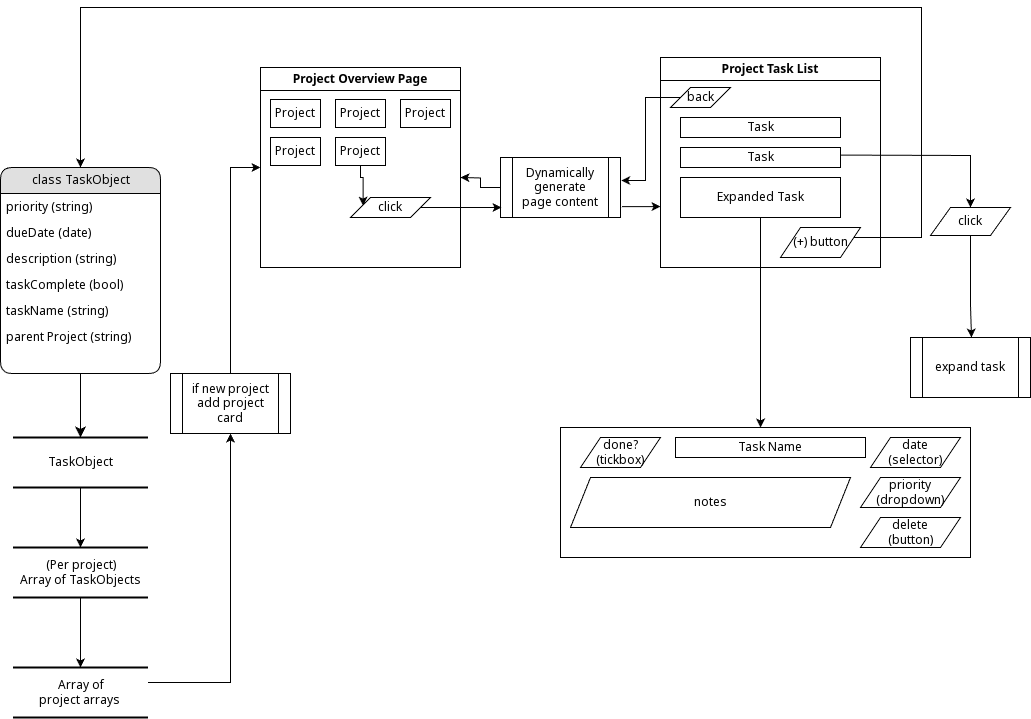
This is flowchart.drawio.png from sykul/Todo-List, a draw.io export, as it was before one commit. Source tidied: cells renumbered, new cells last; positions are measured from the earlier drawing's top-left corner, leaving out a move shared by most shapes. Source of this version:
```xml
<mxGraphModel background="#ffffff">
  <root>
    <mxCell id="0" />
    <mxCell id="1" parent="0" />
    <mxCell id="2" style="edgeStyle=orthogonalEdgeStyle;rounded=0;jettySize=auto;html=1;" parent="1" edge="1" source="4" target="13">
      <mxGeometry relative="1" as="geometry" />
    </mxCell>
    <mxCell id="3" style="edgeStyle=orthogonalEdgeStyle;rounded=0;jettySize=auto;html=1;entryX=0.5;entryY=1;entryDx=0;entryDy=0;" parent="1" edge="1" source="32" target="30">
      <mxGeometry relative="1" as="geometry">
        <Array as="points">
          <mxPoint x="230" y="675" />
        </Array>
      </mxGeometry>
    </mxCell>
    <mxCell id="4" value="TaskObject" style="html=1;rounded=0;shadow=0;comic=0;labelBackgroundColor=none;strokeWidth=2;fontFamily=Verdana;fontSize=12;align=center;shape=mxgraph.ios7ui.horLines;" parent="1" vertex="1">
      <mxGeometry x="12.5" y="430" width="135" height="50" as="geometry" />
    </mxCell>
    <mxCell id="5" value="class TaskObject" style="swimlane;html=1;fontStyle=0;horizontal=1;startSize=26;fillColor=#e0e0e0;swimlaneFillColor=#ffffff;align=center;rounded=1;shadow=0;comic=0;labelBackgroundColor=none;strokeWidth=1;fontFamily=Verdana;fontSize=12;" parent="1" vertex="1">
      <mxGeometry y="160" width="160" height="206" as="geometry" />
    </mxCell>
    <mxCell id="6" value="priority (string)" style="text;html=1;strokeColor=none;fillColor=none;spacingLeft=4;spacingRight=4;whiteSpace=wrap;overflow=hidden;" parent="5" vertex="1">
      <mxGeometry y="26" width="160" height="26" as="geometry" />
    </mxCell>
    <mxCell id="7" value="dueDate (date)" style="text;html=1;strokeColor=none;fillColor=none;spacingLeft=4;spacingRight=4;whiteSpace=wrap;overflow=hidden;" parent="5" vertex="1">
      <mxGeometry y="52" width="160" height="26" as="geometry" />
    </mxCell>
    <mxCell id="8" value="description (string)" style="text;html=1;strokeColor=none;fillColor=none;spacingLeft=4;spacingRight=4;whiteSpace=wrap;overflow=hidden;" parent="5" vertex="1">
      <mxGeometry y="78" width="160" height="26" as="geometry" />
    </mxCell>
    <mxCell id="9" value="taskComplete (bool)" style="text;html=1;strokeColor=none;fillColor=none;spacingLeft=4;spacingRight=4;whiteSpace=wrap;overflow=hidden;" parent="5" vertex="1">
      <mxGeometry y="104" width="160" height="26" as="geometry" />
    </mxCell>
    <mxCell id="10" value="taskName (string)" style="text;html=1;strokeColor=none;fillColor=none;spacingLeft=4;spacingRight=4;whiteSpace=wrap;overflow=hidden;" parent="5" vertex="1">
      <mxGeometry y="130" width="160" height="26" as="geometry" />
    </mxCell>
    <mxCell id="11" value="parent Project (string)" style="text;html=1;strokeColor=none;fillColor=none;spacingLeft=4;spacingRight=4;whiteSpace=wrap;overflow=hidden;" parent="5" vertex="1">
      <mxGeometry y="156" width="160" height="26" as="geometry" />
    </mxCell>
    <mxCell id="12" style="edgeStyle=orthogonalEdgeStyle;rounded=0;jettySize=auto;html=1;" parent="1" edge="1" source="13" target="32">
      <mxGeometry relative="1" as="geometry" />
    </mxCell>
    <mxCell id="13" value="&lt;div&gt;(Per project)&lt;/div&gt;Array of TaskObjects" style="html=1;rounded=0;shadow=0;comic=0;labelBackgroundColor=none;strokeWidth=2;fontFamily=Verdana;fontSize=12;align=center;shape=mxgraph.ios7ui.horLines;" parent="1" vertex="1">
      <mxGeometry x="12.5" y="540" width="135" height="50" as="geometry" />
    </mxCell>
    <mxCell id="14" style="edgeStyle=none;html=1;labelBackgroundColor=none;startFill=0;startSize=8;endFill=1;endSize=8;fontFamily=Verdana;fontSize=12;" parent="1" edge="1" source="5" target="4">
      <mxGeometry relative="1" as="geometry" />
    </mxCell>
    <mxCell id="15" value="Project Overview&lt;span style=&quot;background-color: initial;&quot;&gt;&amp;nbsp;Page&lt;/span&gt;" style="swimlane;whiteSpace=wrap;html=1;" parent="1" vertex="1">
      <mxGeometry x="260" y="60" width="200" height="200" as="geometry" />
    </mxCell>
    <mxCell id="16" value="Project" style="rounded=0;whiteSpace=wrap;html=1;" parent="15" vertex="1">
      <mxGeometry x="10" y="32" width="50" height="28" as="geometry" />
    </mxCell>
    <mxCell id="17" value="Project" style="rounded=0;whiteSpace=wrap;html=1;" parent="15" vertex="1">
      <mxGeometry x="75" y="32" width="50" height="28" as="geometry" />
    </mxCell>
    <mxCell id="18" value="Project" style="rounded=0;whiteSpace=wrap;html=1;" parent="15" vertex="1">
      <mxGeometry x="140" y="32" width="50" height="28" as="geometry" />
    </mxCell>
    <mxCell id="19" value="Project" style="rounded=0;whiteSpace=wrap;html=1;" parent="15" vertex="1">
      <mxGeometry x="10" y="70" width="50" height="28" as="geometry" />
    </mxCell>
    <mxCell id="20" style="edgeStyle=orthogonalEdgeStyle;rounded=0;jettySize=auto;html=1;entryX=0.157;entryY=0.408;entryDx=0;entryDy=0;entryPerimeter=0;exitX=0.5;exitY=1;exitDx=0;exitDy=0;" parent="15" edge="1" source="21" target="22">
      <mxGeometry relative="1" as="geometry">
        <Array as="points">
          <mxPoint x="100" y="110" />
          <mxPoint x="103" y="110" />
        </Array>
      </mxGeometry>
    </mxCell>
    <mxCell id="21" value="Project" style="rounded=0;whiteSpace=wrap;html=1;" parent="15" vertex="1">
      <mxGeometry x="75" y="70" width="50" height="28" as="geometry" />
    </mxCell>
    <mxCell id="22" value="click" style="shape=parallelogram;perimeter=parallelogramPerimeter;whiteSpace=wrap;html=1;fixedSize=1;" parent="15" vertex="1">
      <mxGeometry x="90" y="130" width="80" height="20" as="geometry" />
    </mxCell>
    <mxCell id="23" value="Project Task List" style="swimlane;whiteSpace=wrap;html=1;" parent="1" vertex="1">
      <mxGeometry x="660" y="50" width="220" height="210" as="geometry" />
    </mxCell>
    <mxCell id="24" value="Task" style="rounded=0;whiteSpace=wrap;html=1;" parent="23" vertex="1">
      <mxGeometry x="20" y="60" width="160" height="20" as="geometry" />
    </mxCell>
    <mxCell id="25" value="Task" style="rounded=0;whiteSpace=wrap;html=1;" parent="23" vertex="1">
      <mxGeometry x="20" y="90" width="160" height="20" as="geometry" />
    </mxCell>
    <mxCell id="26" value="Expanded Task" style="rounded=0;whiteSpace=wrap;html=1;" parent="23" vertex="1">
      <mxGeometry x="20" y="120" width="160" height="40" as="geometry" />
    </mxCell>
    <mxCell id="27" value="&lt;div&gt;&lt;span style=&quot;background-color: initial;&quot;&gt;(+) button&lt;/span&gt;&lt;br&gt;&lt;/div&gt;" style="shape=parallelogram;perimeter=parallelogramPerimeter;whiteSpace=wrap;html=1;fixedSize=1;" parent="23" vertex="1">
      <mxGeometry x="120" y="170" width="80" height="30" as="geometry" />
    </mxCell>
    <mxCell id="28" value="back" style="shape=parallelogram;perimeter=parallelogramPerimeter;whiteSpace=wrap;html=1;fixedSize=1;" parent="23" vertex="1">
      <mxGeometry x="10" y="30" width="60" height="20" as="geometry" />
    </mxCell>
    <mxCell id="29" style="edgeStyle=orthogonalEdgeStyle;rounded=0;jettySize=auto;html=1;entryX=0;entryY=0.5;entryDx=0;entryDy=0;exitX=0.5;exitY=0;exitDx=0;exitDy=0;" parent="1" edge="1" source="30" target="15">
      <mxGeometry relative="1" as="geometry">
        <Array as="points">
          <mxPoint x="230" y="160" />
        </Array>
      </mxGeometry>
    </mxCell>
    <mxCell id="30" value="if new project&lt;div&gt;add project card&lt;/div&gt;" style="shape=process;whiteSpace=wrap;html=1;backgroundOutline=1;" parent="1" vertex="1">
      <mxGeometry x="170" y="366" width="120" height="60" as="geometry" />
    </mxCell>
    <mxCell id="31" style="edgeStyle=orthogonalEdgeStyle;rounded=0;jettySize=auto;html=1;entryX=0.5;entryY=0;entryDx=0;entryDy=0;" parent="1" edge="1" source="27" target="5">
      <mxGeometry relative="1" as="geometry">
        <Array as="points">
          <mxPoint x="921" y="230" />
          <mxPoint x="921" />
          <mxPoint x="80" />
        </Array>
      </mxGeometry>
    </mxCell>
    <mxCell id="32" value="&lt;div&gt;&lt;span style=&quot;background-color: initial;&quot;&gt;Array of&lt;/span&gt;&lt;/div&gt;&lt;div&gt;&lt;span style=&quot;background-color: initial;&quot;&gt;project arrays&amp;nbsp;&lt;/span&gt;&lt;br&gt;&lt;/div&gt;" style="html=1;rounded=0;shadow=0;comic=0;labelBackgroundColor=none;strokeWidth=2;fontFamily=Verdana;fontSize=12;align=center;shape=mxgraph.ios7ui.horLines;" parent="1" vertex="1">
      <mxGeometry x="12.5" y="660" width="135" height="50" as="geometry" />
    </mxCell>
    <mxCell id="33" style="edgeStyle=orthogonalEdgeStyle;rounded=0;jettySize=auto;html=1;" parent="1" edge="1" source="34" target="36">
      <mxGeometry relative="1" as="geometry">
        <Array as="points">
          <mxPoint x="970" y="299" />
          <mxPoint x="971" y="299" />
          <mxPoint x="971" y="370" />
          <mxPoint x="970" y="370" />
        </Array>
      </mxGeometry>
    </mxCell>
    <mxCell id="34" value="click" style="shape=parallelogram;perimeter=parallelogramPerimeter;whiteSpace=wrap;html=1;fixedSize=1;" parent="1" vertex="1">
      <mxGeometry x="930" y="200" width="80" height="28" as="geometry" />
    </mxCell>
    <mxCell id="35" style="edgeStyle=orthogonalEdgeStyle;rounded=0;jettySize=auto;html=1;entryX=0.5;entryY=0;entryDx=0;entryDy=0;exitX=1.002;exitY=0.38;exitDx=0;exitDy=0;exitPerimeter=0;" parent="1" edge="1" source="25" target="34">
      <mxGeometry relative="1" as="geometry">
        <Array as="points">
          <mxPoint x="844" y="148" />
          <mxPoint x="970" y="148" />
        </Array>
      </mxGeometry>
    </mxCell>
    <mxCell id="36" value="expand task" style="shape=process;whiteSpace=wrap;html=1;backgroundOutline=1;" parent="1" vertex="1">
      <mxGeometry x="910" y="330" width="120" height="60" as="geometry" />
    </mxCell>
    <mxCell id="37" style="rounded=0;whiteSpace=wrap;html=1;" parent="1" vertex="1">
      <mxGeometry x="560" y="420" width="410" height="130" as="geometry" />
    </mxCell>
    <mxCell id="38" value="date&lt;div&gt;(selector)&lt;/div&gt;" style="shape=parallelogram;perimeter=parallelogramPerimeter;whiteSpace=wrap;html=1;fixedSize=1;" parent="1" vertex="1">
      <mxGeometry x="870" y="430" width="90" height="30" as="geometry" />
    </mxCell>
    <mxCell id="39" value="done?&lt;div&gt;(tickbox)&lt;/div&gt;" style="shape=parallelogram;perimeter=parallelogramPerimeter;whiteSpace=wrap;html=1;fixedSize=1;" parent="1" vertex="1">
      <mxGeometry x="580" y="430" width="80" height="30" as="geometry" />
    </mxCell>
    <mxCell id="40" value="notes" style="shape=parallelogram;perimeter=parallelogramPerimeter;whiteSpace=wrap;html=1;fixedSize=1;" parent="1" vertex="1">
      <mxGeometry x="570" y="470" width="280" height="50" as="geometry" />
    </mxCell>
    <mxCell id="41" value="priority&lt;div&gt;(dropdown)&lt;/div&gt;" style="shape=parallelogram;perimeter=parallelogramPerimeter;whiteSpace=wrap;html=1;fixedSize=1;" parent="1" vertex="1">
      <mxGeometry x="860" y="470" width="100" height="30" as="geometry" />
    </mxCell>
    <mxCell id="42" value="Task Name" style="rounded=0;whiteSpace=wrap;html=1;" parent="1" vertex="1">
      <mxGeometry x="675" y="430" width="190" height="20" as="geometry" />
    </mxCell>
    <mxCell id="43" value="delete&lt;div&gt;(button)&lt;/div&gt;" style="shape=parallelogram;perimeter=parallelogramPerimeter;whiteSpace=wrap;html=1;fixedSize=1;" parent="1" vertex="1">
      <mxGeometry x="860" y="510" width="100" height="30" as="geometry" />
    </mxCell>
    <mxCell id="44" style="edgeStyle=orthogonalEdgeStyle;rounded=0;jettySize=auto;html=1;exitX=1.011;exitY=0.819;exitDx=0;exitDy=0;exitPerimeter=0;" parent="1" edge="1" source="46">
      <mxGeometry relative="1" as="geometry">
        <mxPoint x="660" y="200" as="targetPoint" />
      </mxGeometry>
    </mxCell>
    <mxCell id="45" style="edgeStyle=orthogonalEdgeStyle;rounded=0;jettySize=auto;html=1;" parent="1" edge="1" source="46">
      <mxGeometry relative="1" as="geometry">
        <mxPoint x="460" y="170" as="targetPoint" />
      </mxGeometry>
    </mxCell>
    <mxCell id="46" value="Dynamically&lt;div&gt;generate&lt;/div&gt;&lt;div&gt;page content&lt;/div&gt;" style="shape=process;whiteSpace=wrap;html=1;backgroundOutline=1;" parent="1" vertex="1">
      <mxGeometry x="500" y="150" width="120" height="60" as="geometry" />
    </mxCell>
    <mxCell id="47" style="edgeStyle=orthogonalEdgeStyle;rounded=0;jettySize=auto;html=1;" parent="1" edge="1" source="22">
      <mxGeometry relative="1" as="geometry">
        <mxPoint x="501" y="200" as="targetPoint" />
        <Array as="points">
          <mxPoint x="501" y="200" />
        </Array>
      </mxGeometry>
    </mxCell>
    <mxCell id="48" style="edgeStyle=orthogonalEdgeStyle;rounded=0;jettySize=auto;html=1;entryX=1.006;entryY=0.383;entryDx=0;entryDy=0;entryPerimeter=0;" parent="1" edge="1" source="28" target="46">
      <mxGeometry relative="1" as="geometry" />
    </mxCell>
    <mxCell id="49" style="edgeStyle=orthogonalEdgeStyle;rounded=0;jettySize=auto;html=1;" parent="1" edge="1" source="26">
      <mxGeometry relative="1" as="geometry">
        <mxPoint x="760" y="420" as="targetPoint" />
        <Array as="points">
          <mxPoint x="760" y="420" />
        </Array>
      </mxGeometry>
    </mxCell>
  </root>
</mxGraphModel>
```
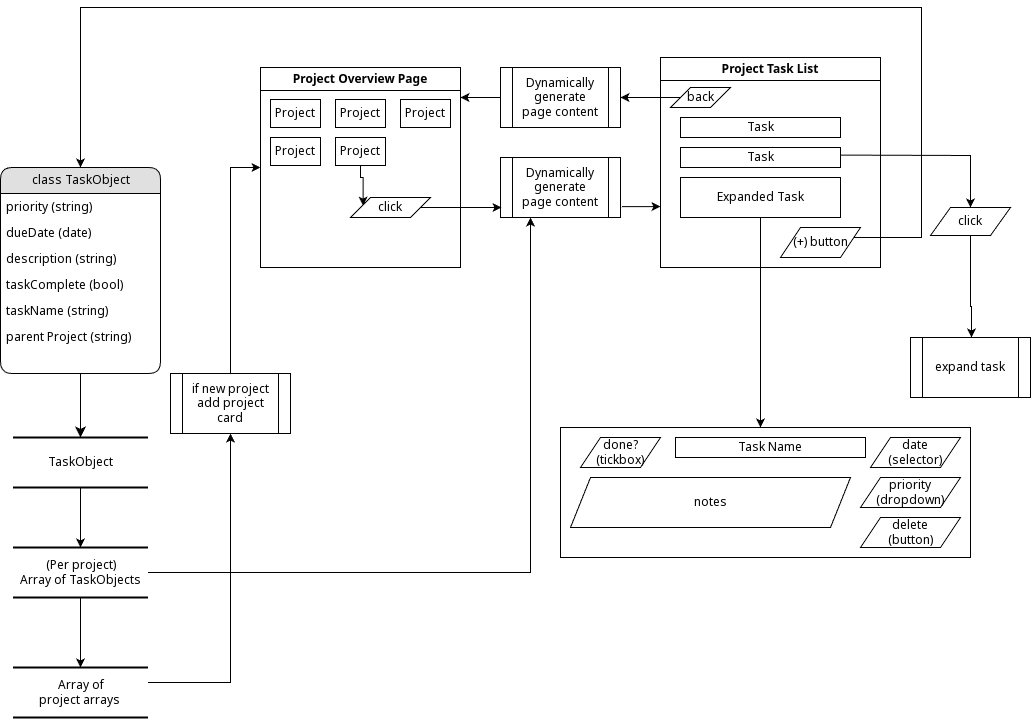
Above is the later version.

The edit, as a diff of the source:
```diff
@@ -39,6 +39,9 @@
     <mxCell id="12" style="edgeStyle=orthogonalEdgeStyle;rounded=0;jettySize=auto;html=1;" parent="1" edge="1" source="13" target="32">
       <mxGeometry relative="1" as="geometry" />
     </mxCell>
+    <mxCell id="50" style="edgeStyle=orthogonalEdgeStyle;rounded=0;jettySize=auto;html=1;entryX=0.25;entryY=1;entryDx=0;entryDy=0;" parent="1" edge="1" source="13" target="46">
+      <mxGeometry relative="1" as="geometry" />
+    </mxCell>
     <mxCell id="13" value="&lt;div&gt;(Per project)&lt;/div&gt;Array of TaskObjects" style="html=1;rounded=0;shadow=0;comic=0;labelBackgroundColor=none;strokeWidth=2;fontFamily=Verdana;fontSize=12;align=center;shape=mxgraph.ios7ui.horLines;" parent="1" vertex="1">
       <mxGeometry x="12.5" y="540" width="135" height="50" as="geometry" />
     </mxCell>
@@ -164,9 +167,13 @@
         <mxPoint x="660" y="200" as="targetPoint" />
       </mxGeometry>
     </mxCell>
-    <mxCell id="45" style="edgeStyle=orthogonalEdgeStyle;rounded=0;jettySize=auto;html=1;" parent="1" edge="1" source="46">
+    <mxCell id="45" style="edgeStyle=orthogonalEdgeStyle;rounded=0;jettySize=auto;html=1;exitX=0;exitY=0.5;exitDx=0;exitDy=0;" parent="1" edge="1" source="51">
       <mxGeometry relative="1" as="geometry">
-        <mxPoint x="460" y="170" as="targetPoint" />
+        <mxPoint x="460" y="90" as="targetPoint" />
+        <Array as="points">
+          <mxPoint x="490" y="90" />
+          <mxPoint x="490" y="90" />
+        </Array>
       </mxGeometry>
     </mxCell>
     <mxCell id="46" value="Dynamically&lt;div&gt;generate&lt;/div&gt;&lt;div&gt;page content&lt;/div&gt;" style="shape=process;whiteSpace=wrap;html=1;backgroundOutline=1;" parent="1" vertex="1">
@@ -180,7 +187,7 @@
         </Array>
       </mxGeometry>
     </mxCell>
-    <mxCell id="48" style="edgeStyle=orthogonalEdgeStyle;rounded=0;jettySize=auto;html=1;entryX=1.006;entryY=0.383;entryDx=0;entryDy=0;entryPerimeter=0;" parent="1" edge="1" source="28" target="46">
+    <mxCell id="48" style="edgeStyle=orthogonalEdgeStyle;rounded=0;jettySize=auto;html=1;entryX=1;entryY=0.5;entryDx=0;entryDy=0;" parent="1" edge="1" source="28" target="51">
       <mxGeometry relative="1" as="geometry" />
     </mxCell>
     <mxCell id="49" style="edgeStyle=orthogonalEdgeStyle;rounded=0;jettySize=auto;html=1;" parent="1" edge="1" source="26">
@@ -191,5 +198,8 @@
         </Array>
       </mxGeometry>
     </mxCell>
+    <mxCell id="51" value="Dynamically&lt;div&gt;generate&lt;/div&gt;&lt;div&gt;page content&lt;/div&gt;" style="shape=process;whiteSpace=wrap;html=1;backgroundOutline=1;" parent="1" vertex="1">
+      <mxGeometry x="500" y="60" width="120" height="60" as="geometry" />
+    </mxCell>
   </root>
 </mxGraphModel>
```
